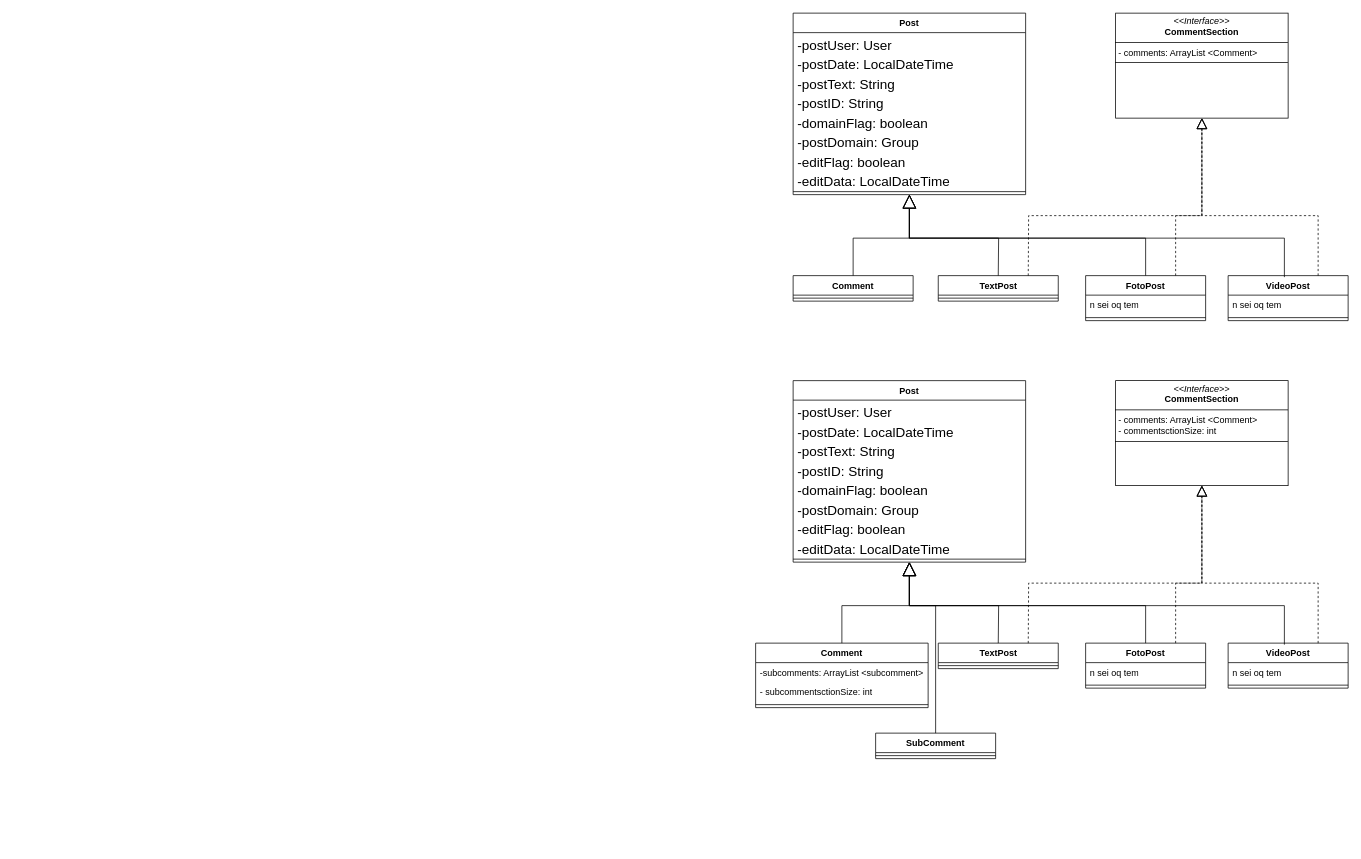
oiminion/TrabalhoPOO2 keeps this draw.io diagram as Proposta1.drawio. Above is the earlier version. Source tidied: cells renumbered, new cells numbered last; positions are measured from the earlier drawing's top-left corner, leaving out a move shared by most shapes. Both pictures are drawn from the tidied source at 75%, with x=0, y=0 at pixel (755, 13).
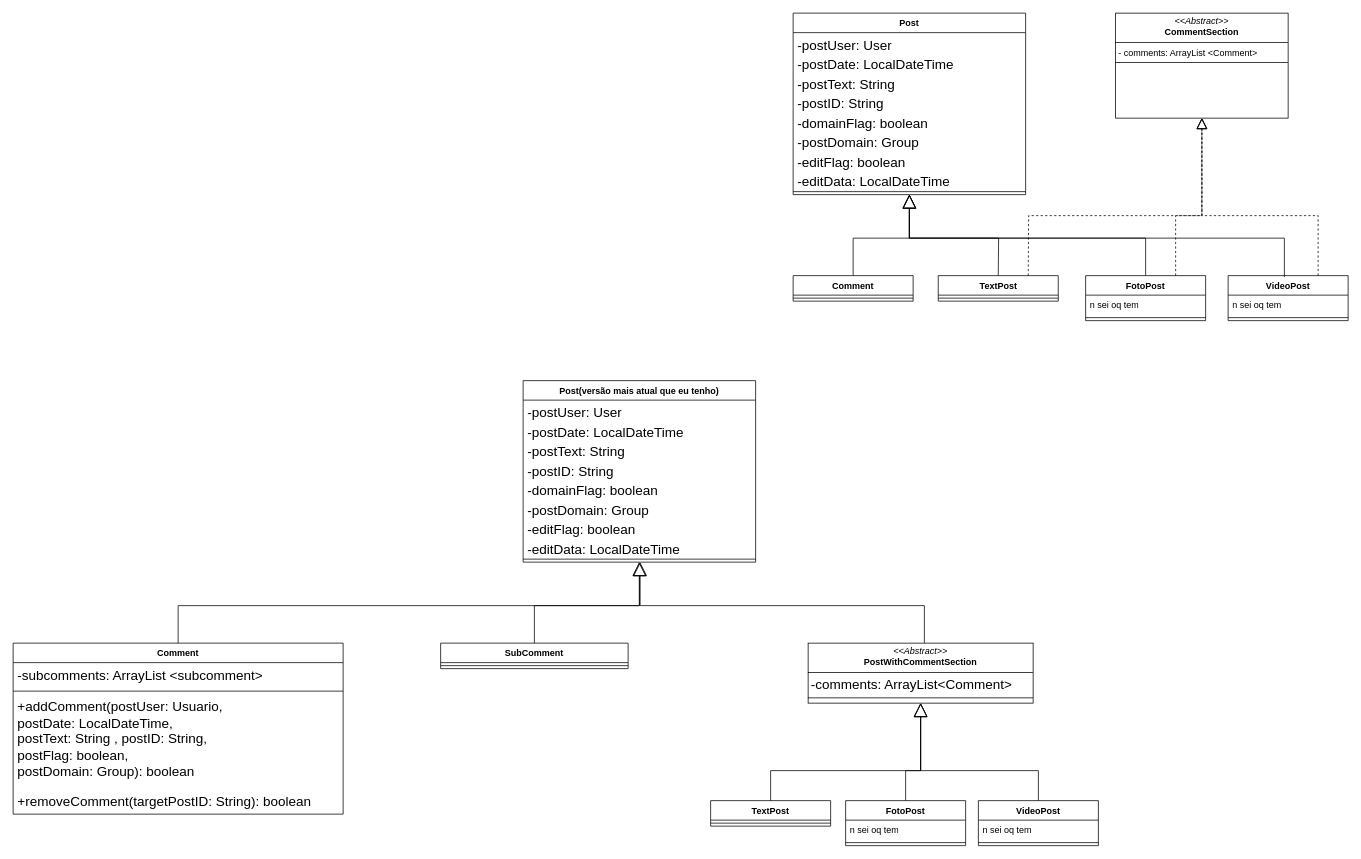
After the change.

What changed in the source:
```diff
@@
-    <mxCell id="26" value="&lt;p style=&quot;margin:0px;margin-top:4px;text-align:center;&quot;&gt;&lt;i&gt;&amp;lt;&amp;lt;Interface&amp;gt;&amp;gt;&lt;/i&gt;&lt;br&gt;&lt;b&gt;CommentSection&lt;/b&gt;&lt;/p&gt;&lt;hr size=&quot;1&quot; style=&quot;border-style:solid;&quot;&gt;&lt;p style=&quot;margin:0px;margin-left:4px;&quot;&gt;- comments: ArrayList &amp;lt;Comment&amp;gt;&lt;/p&gt;&lt;hr size=&quot;1&quot; style=&quot;border-style:solid;&quot;&gt;&lt;p style=&quot;margin:0px;margin-left:4px;&quot;&gt;&lt;br&gt;&lt;/p&gt;" style="verticalAlign=top;align=left;overflow=fill;html=1;whiteSpace=wrap;" parent="1" vertex="1">
+    <mxCell id="26" value="&lt;p style=&quot;margin:0px;margin-top:4px;text-align:center;&quot;&gt;&lt;i&gt;&amp;lt;&amp;lt;Abstract&amp;gt;&amp;gt;&lt;/i&gt;&lt;br&gt;&lt;b&gt;CommentSection&lt;/b&gt;&lt;/p&gt;&lt;hr size=&quot;1&quot; style=&quot;border-style:solid;&quot;&gt;&lt;p style=&quot;margin:0px;margin-left:4px;&quot;&gt;- comments: ArrayList &amp;lt;Comment&amp;gt;&lt;/p&gt;&lt;hr size=&quot;1&quot; style=&quot;border-style:solid;&quot;&gt;&lt;p style=&quot;margin:0px;margin-left:4px;&quot;&gt;&lt;br&gt;&lt;/p&gt;" style="verticalAlign=top;align=left;overflow=fill;html=1;whiteSpace=wrap;" parent="1" vertex="1">
       <mxGeometry x="480" width="230" height="140" as="geometry" />
     </mxCell>
@@
-    <mxCell id="30" value="Post" style="swimlane;fontStyle=1;align=center;verticalAlign=top;horizontal=1;startSize=26;whiteSpace=wrap;html=1;" parent="1" vertex="1">
-      <mxGeometry x="50" y="490" width="310" height="242" as="geometry" />
+    <mxCell id="30" value="Post(versão mais atual que eu tenho)" style="swimlane;fontStyle=1;align=center;verticalAlign=top;horizontal=1;startSize=26;whiteSpace=wrap;html=1;" parent="1" vertex="1">
+      <mxGeometry x="-310" y="490" width="310" height="242" as="geometry" />
     </mxCell>
@@
     <mxCell id="40" value="Comment" style="swimlane;fontStyle=1;align=center;verticalAlign=top;horizontal=1;startSize=26;whiteSpace=wrap;html=1;" parent="1" vertex="1">
-      <mxGeometry y="840" width="230" height="86" as="geometry" />
+      <mxGeometry x="-990" y="840" width="440" height="228" as="geometry" />
     </mxCell>
-    <mxCell id="41" value="-subcomments: ArrayList &amp;lt;subcomment&amp;gt;" style="text;strokeColor=none;fillColor=none;align=left;verticalAlign=top;spacingLeft=4;spacingRight=4;overflow=hidden;whiteSpace=wrap;html=1;" parent="40" vertex="1">
-      <mxGeometry y="26" width="230" height="26" as="geometry" />
+    <mxCell id="41" value="&lt;span style=&quot;font-size: 18px;&quot;&gt;-subcomments: ArrayList &amp;lt;subcomment&amp;gt;&lt;/span&gt;" style="text;strokeColor=none;fillColor=none;align=left;verticalAlign=top;spacingLeft=4;spacingRight=4;overflow=hidden;whiteSpace=wrap;html=1;" parent="40" vertex="1">
+      <mxGeometry y="26" width="440" height="34" as="geometry" />
     </mxCell>
-    <mxCell id="42" value="- subcommentsctionSize: int" style="text;strokeColor=none;fillColor=none;align=left;verticalAlign=top;spacingLeft=4;spacingRight=4;overflow=hidden;whiteSpace=wrap;html=1;" parent="40" vertex="1">
-      <mxGeometry y="52" width="230" height="26" as="geometry" />
-    </mxCell>
     <mxCell id="43" style="line;strokeWidth=1;fillColor=none;align=left;verticalAlign=middle;spacingTop=-1;spacingLeft=3;spacingRight=3;labelPosition=right;strokeColor=inherit;" parent="40" vertex="1">
-      <mxGeometry y="78" width="230" height="8" as="geometry" />
+      <mxGeometry y="60" width="440" height="8" as="geometry" />
     </mxCell>
-    <mxCell id="44" value="FotoPost" style="swimlane;fontStyle=1;align=center;verticalAlign=top;horizontal=1;startSize=26;whiteSpace=wrap;html=1;" parent="1" vertex="1">
-      <mxGeometry x="440" y="840" width="160" height="60" as="geometry" />
-    </mxCell>
-    <mxCell id="45" value="n sei oq tem" style="text;strokeColor=none;fillColor=none;align=left;verticalAlign=top;spacingLeft=4;spacingRight=4;overflow=hidden;whiteSpace=wrap;html=1;" parent="44" vertex="1">
-      <mxGeometry y="26" width="160" height="26" as="geometry" />
-    </mxCell>
-    <mxCell id="46" style="line;strokeWidth=1;fillColor=none;align=left;verticalAlign=middle;spacingTop=-1;spacingLeft=3;spacingRight=3;labelPosition=right;strokeColor=inherit;" parent="44" vertex="1">
-      <mxGeometry y="52" width="160" height="8" as="geometry" />
-    </mxCell>
-    <mxCell id="47" value="VideoPost" style="swimlane;fontStyle=1;align=center;verticalAlign=top;horizontal=1;startSize=26;whiteSpace=wrap;html=1;" parent="1" vertex="1">
-      <mxGeometry x="630" y="840" width="160" height="60" as="geometry" />
-    </mxCell>
-    <mxCell id="48" value="n sei oq tem" style="text;strokeColor=none;fillColor=none;align=left;verticalAlign=top;spacingLeft=4;spacingRight=4;overflow=hidden;whiteSpace=wrap;html=1;" parent="47" vertex="1">
-      <mxGeometry y="26" width="160" height="26" as="geometry" />
-    </mxCell>
-    <mxCell id="49" style="line;strokeWidth=1;fillColor=none;align=left;verticalAlign=middle;spacingTop=-1;spacingLeft=3;spacingRight=3;labelPosition=right;strokeColor=inherit;" parent="47" vertex="1">
-      <mxGeometry y="52" width="160" height="8" as="geometry" />
-    </mxCell>
-    <mxCell id="50" value="TextPost" style="swimlane;fontStyle=1;align=center;verticalAlign=top;horizontal=1;startSize=26;whiteSpace=wrap;html=1;" parent="1" vertex="1">
-      <mxGeometry x="243.5" y="840" width="160" height="34" as="geometry" />
-    </mxCell>
-    <mxCell id="51" style="line;strokeWidth=1;fillColor=none;align=left;verticalAlign=middle;spacingTop=-1;spacingLeft=3;spacingRight=3;labelPosition=right;strokeColor=inherit;" parent="50" vertex="1">
-      <mxGeometry y="26" width="160" height="8" as="geometry" />
-    </mxCell>
+    <mxCell id="63" value="&lt;span style=&quot;font-size: 18px;&quot;&gt;+addComment(postUser:&amp;nbsp;&lt;/span&gt;&lt;span style=&quot;font-size: 18px;&quot;&gt;Usuario&lt;/span&gt;&lt;span style=&quot;font-size: 18px;&quot;&gt;, postDate:&amp;nbsp;&lt;/span&gt;&lt;span style=&quot;font-size: 18px;&quot;&gt;LocalDateTime&lt;/span&gt;&lt;span style=&quot;font-size: 18px; background-color: initial;&quot;&gt;,&lt;/span&gt;&lt;div&gt;&lt;span style=&quot;font-size: 18px; background-color: initial;&quot;&gt;postText:&amp;nbsp;&lt;/span&gt;&lt;span style=&quot;font-size: 18px; background-color: initial;&quot;&gt;String&lt;/span&gt;&lt;span style=&quot;font-size: 18px; background-color: initial;&quot;&gt;&amp;nbsp;&lt;/span&gt;&lt;span style=&quot;background-color: initial; font-size: 18px;&quot;&gt;, postID:&amp;nbsp;&lt;/span&gt;&lt;span style=&quot;font-size: 18px; background-color: initial;&quot;&gt;String&lt;/span&gt;&lt;span style=&quot;background-color: initial; font-size: 18px;&quot;&gt;,&lt;/span&gt;&lt;/div&gt;&lt;div&gt;&lt;span style=&quot;background-color: initial; font-size: 18px;&quot;&gt;postFlag:&amp;nbsp;&lt;/span&gt;&lt;span style=&quot;font-size: 18px; background-color: initial;&quot;&gt;boolean&lt;/span&gt;&lt;span style=&quot;background-color: initial; font-size: 18px;&quot;&gt;,&lt;/span&gt;&lt;/div&gt;&lt;div&gt;&lt;span style=&quot;background-color: initial; font-size: 18px;&quot;&gt;postDomain:&amp;nbsp;&lt;/span&gt;&lt;span style=&quot;font-size: 18px; background-color: initial;&quot;&gt;Group&lt;/span&gt;&lt;span style=&quot;background-color: initial; font-size: 18px;&quot;&gt;): boolean&lt;/span&gt;&lt;/div&gt;" style="text;strokeColor=none;fillColor=none;align=left;verticalAlign=top;spacingLeft=4;spacingRight=4;overflow=hidden;whiteSpace=wrap;html=1;" parent="40" vertex="1">
+      <mxGeometry y="68" width="440" height="126" as="geometry" />
+    </mxCell>
+    <mxCell id="64" value="&lt;span style=&quot;font-size: 18px;&quot;&gt;+removeComment(targetPostID: String): boolean&lt;/span&gt;" style="text;strokeColor=none;fillColor=none;align=left;verticalAlign=top;spacingLeft=4;spacingRight=4;overflow=hidden;whiteSpace=wrap;html=1;" parent="40" vertex="1">
+      <mxGeometry y="194" width="440" height="34" as="geometry" />
+    </mxCell>
     <mxCell id="52" style="endArrow=block;endSize=16;endFill=0;html=1;rounded=0;entryX=0.5;entryY=1;entryDx=0;entryDy=0;exitX=0.5;exitY=0;exitDx=0;exitDy=0;" parent="1" edge="1" source="40" target="30">
       <mxGeometry x="-0.02" y="30" relative="1" as="geometry">
         <Array as="points">
-          <mxPoint x="115" y="790" />
-          <mxPoint x="205" y="790" />
+          <mxPoint x="-770" y="790" />
+          <mxPoint x="-155" y="790" />
         </Array>
       </mxGeometry>
     </mxCell>
-    <mxCell id="53" style="endArrow=block;endSize=16;endFill=0;html=1;rounded=0;exitX=0.5;exitY=0;exitDx=0;exitDy=0;entryX=0.5;entryY=1;entryDx=0;entryDy=0;" parent="1" edge="1" source="50" target="30">
-      <mxGeometry x="0.75" y="90" relative="1" as="geometry">
-        <Array as="points">
-          <mxPoint x="324" y="790" />
-          <mxPoint x="205" y="790" />
-        </Array>
-      </mxGeometry>
-    </mxCell>
-    <mxCell id="54" style="endArrow=block;endSize=16;endFill=0;html=1;rounded=0;exitX=0.5;exitY=0;exitDx=0;exitDy=0;entryX=0.5;entryY=1;entryDx=0;entryDy=0;" parent="1" edge="1" source="44" target="30">
-      <mxGeometry x="1" y="157" relative="1" as="geometry">
-        <Array as="points">
-          <mxPoint x="520" y="790" />
-          <mxPoint x="205" y="790" />
-        </Array>
-        <mxPoint x="70" y="17" as="offset" />
-      </mxGeometry>
-    </mxCell>
-    <mxCell id="55" style="endArrow=block;endSize=16;endFill=0;html=1;rounded=0;exitX=0.5;exitY=0;exitDx=0;exitDy=0;" parent="1" edge="1">
-      <mxGeometry x="1" y="224" relative="1" as="geometry">
-        <mxPoint x="705" y="842" as="sourcePoint" />
-        <mxPoint x="205" y="732" as="targetPoint" />
-        <Array as="points">
-          <mxPoint x="705" y="790" />
-          <mxPoint x="205" y="790" />
-        </Array>
-        <mxPoint x="200" y="124" as="offset" />
-      </mxGeometry>
-    </mxCell>
-    <mxCell id="56" value="&lt;p style=&quot;margin:0px;margin-top:4px;text-align:center;&quot;&gt;&lt;i&gt;&amp;lt;&amp;lt;Interface&amp;gt;&amp;gt;&lt;/i&gt;&lt;br&gt;&lt;b&gt;CommentSection&lt;/b&gt;&lt;/p&gt;&lt;hr size=&quot;1&quot; style=&quot;border-style:solid;&quot;&gt;&lt;p style=&quot;margin:0px;margin-left:4px;&quot;&gt;- comments: ArrayList &amp;lt;Comment&amp;gt;&lt;br&gt;- commentsctionSize: int&lt;/p&gt;&lt;hr size=&quot;1&quot; style=&quot;border-style:solid;&quot;&gt;&lt;p style=&quot;margin:0px;margin-left:4px;&quot;&gt;&lt;br&gt;&lt;/p&gt;" style="verticalAlign=top;align=left;overflow=fill;html=1;whiteSpace=wrap;" parent="1" vertex="1">
-      <mxGeometry x="480" y="490" width="230" height="140" as="geometry" />
-    </mxCell>
-    <mxCell id="57" style="endArrow=block;dashed=1;endFill=0;endSize=12;html=1;rounded=0;entryX=0.5;entryY=1;entryDx=0;entryDy=0;exitX=0.75;exitY=0;exitDx=0;exitDy=0;" parent="1" edge="1" source="50" target="56">
-      <mxGeometry relative="1" as="geometry">
-        <Array as="points">
-          <mxPoint x="364" y="760" />
-          <mxPoint x="595" y="760" />
-        </Array>
-      </mxGeometry>
-    </mxCell>
-    <mxCell id="58" style="endArrow=block;dashed=1;endFill=0;endSize=12;html=1;rounded=0;exitX=0.75;exitY=0;exitDx=0;exitDy=0;" parent="1" edge="1" source="44">
-      <mxGeometry relative="1" as="geometry">
-        <mxPoint x="595" y="630" as="targetPoint" />
-        <Array as="points">
-          <mxPoint x="560" y="760" />
-          <mxPoint x="595" y="760" />
-        </Array>
-      </mxGeometry>
-    </mxCell>
-    <mxCell id="59" style="endArrow=block;dashed=1;endFill=0;endSize=12;html=1;rounded=0;exitX=0.75;exitY=0;exitDx=0;exitDy=0;" parent="1" edge="1" source="47">
-      <mxGeometry relative="1" as="geometry">
-        <mxPoint x="595" y="630" as="targetPoint" />
-        <Array as="points">
-          <mxPoint x="750" y="760" />
-          <mxPoint x="595" y="760" />
-        </Array>
-      </mxGeometry>
-    </mxCell>
     <mxCell id="60" value="SubComment" style="swimlane;fontStyle=1;align=center;verticalAlign=top;horizontal=1;startSize=26;whiteSpace=wrap;html=1;" parent="1" vertex="1">
-      <mxGeometry x="160" y="960" width="160" height="34" as="geometry" />
+      <mxGeometry x="-420" y="840" width="250" height="34" as="geometry" />
     </mxCell>
     <mxCell id="61" style="line;strokeWidth=1;fillColor=none;align=left;verticalAlign=middle;spacingTop=-1;spacingLeft=3;spacingRight=3;labelPosition=right;strokeColor=inherit;" parent="60" vertex="1">
-      <mxGeometry y="26" width="160" height="8" as="geometry" />
+      <mxGeometry y="26" width="250" height="8" as="geometry" />
     </mxCell>
     <mxCell id="62" value="&lt;div&gt;&lt;br&gt;&lt;/div&gt;&lt;div&gt;&lt;br&gt;&lt;/div&gt;" style="endArrow=block;endSize=16;endFill=0;html=1;rounded=0;exitX=0.5;exitY=0;exitDx=0;exitDy=0;" parent="1" edge="1" source="60">
       <mxGeometry y="-60" relative="1" as="geometry">
-        <mxPoint x="205" y="732" as="targetPoint" />
+        <mxPoint x="-155" y="732" as="targetPoint" />
         <Array as="points">
-          <mxPoint x="240" y="790" />
-          <mxPoint x="205" y="790" />
+          <mxPoint x="-295" y="790" />
+          <mxPoint x="-155" y="790" />
         </Array>
       </mxGeometry>
     </mxCell>
+    <mxCell id="44" value="FotoPost" style="swimlane;fontStyle=1;align=center;verticalAlign=top;horizontal=1;startSize=26;whiteSpace=wrap;html=1;" parent="1" vertex="1">
+      <mxGeometry x="120" y="1050" width="160" height="60" as="geometry" />
+    </mxCell>
+    <mxCell id="65" value="n sei oq tem" style="text;strokeColor=none;fillColor=none;align=left;verticalAlign=top;spacingLeft=4;spacingRight=4;overflow=hidden;whiteSpace=wrap;html=1;" parent="44" vertex="1">
+      <mxGeometry y="26" width="160" height="26" as="geometry" />
+    </mxCell>
+    <mxCell id="66" style="line;strokeWidth=1;fillColor=none;align=left;verticalAlign=middle;spacingTop=-1;spacingLeft=3;spacingRight=3;labelPosition=right;strokeColor=inherit;" parent="44" vertex="1">
+      <mxGeometry y="52" width="160" height="8" as="geometry" />
+    </mxCell>
+    <mxCell id="47" value="VideoPost" style="swimlane;fontStyle=1;align=center;verticalAlign=top;horizontal=1;startSize=26;whiteSpace=wrap;html=1;" parent="1" vertex="1">
+      <mxGeometry x="297" y="1050" width="160" height="60" as="geometry" />
+    </mxCell>
+    <mxCell id="67" value="n sei oq tem" style="text;strokeColor=none;fillColor=none;align=left;verticalAlign=top;spacingLeft=4;spacingRight=4;overflow=hidden;whiteSpace=wrap;html=1;" parent="47" vertex="1">
+      <mxGeometry y="26" width="160" height="26" as="geometry" />
+    </mxCell>
+    <mxCell id="68" style="line;strokeWidth=1;fillColor=none;align=left;verticalAlign=middle;spacingTop=-1;spacingLeft=3;spacingRight=3;labelPosition=right;strokeColor=inherit;" parent="47" vertex="1">
+      <mxGeometry y="52" width="160" height="8" as="geometry" />
+    </mxCell>
+    <mxCell id="50" value="TextPost" style="swimlane;fontStyle=1;align=center;verticalAlign=top;horizontal=1;startSize=26;whiteSpace=wrap;html=1;" parent="1" vertex="1">
+      <mxGeometry x="-60" y="1050" width="160" height="34" as="geometry" />
+    </mxCell>
+    <mxCell id="51" style="line;strokeWidth=1;fillColor=none;align=left;verticalAlign=middle;spacingTop=-1;spacingLeft=3;spacingRight=3;labelPosition=right;strokeColor=inherit;" parent="50" vertex="1">
+      <mxGeometry y="26" width="160" height="8" as="geometry" />
+    </mxCell>
+    <mxCell id="69" value="&lt;div&gt;&lt;br&gt;&lt;/div&gt;&lt;div&gt;&lt;br&gt;&lt;/div&gt;" style="endArrow=block;endSize=16;endFill=0;html=1;rounded=0;exitX=0.5;exitY=0;exitDx=0;exitDy=0;" parent="1" edge="1">
+      <mxGeometry y="-60" relative="1" as="geometry">
+        <mxPoint x="225" y="840" as="sourcePoint" />
+        <mxPoint x="-154" y="732" as="targetPoint" />
+        <Array as="points">
+          <mxPoint x="225" y="790" />
+          <mxPoint x="-154" y="790" />
+        </Array>
+      </mxGeometry>
+    </mxCell>
+    <mxCell id="70" style="endArrow=block;endSize=16;endFill=0;html=1;rounded=0;exitX=0.5;exitY=0;exitDx=0;exitDy=0;entryX=0.5;entryY=1;entryDx=0;entryDy=0;" parent="1" edge="1" source="44" target="73">
+      <mxGeometry relative="1" as="geometry">
+        <Array as="points">
+          <mxPoint x="200" y="1010" />
+          <mxPoint x="220" y="1010" />
+        </Array>
+      </mxGeometry>
+    </mxCell>
+    <mxCell id="71" style="endArrow=block;endSize=16;endFill=0;html=1;rounded=0;exitX=0.5;exitY=0;exitDx=0;exitDy=0;entryX=0.5;entryY=1;entryDx=0;entryDy=0;" parent="1" edge="1" source="47" target="73">
+      <mxGeometry relative="1" as="geometry">
+        <Array as="points">
+          <mxPoint x="377" y="1010" />
+          <mxPoint x="220" y="1010" />
+        </Array>
+      </mxGeometry>
+    </mxCell>
+    <mxCell id="72" style="endArrow=block;endSize=16;endFill=0;html=1;rounded=0;exitX=0.5;exitY=0;exitDx=0;exitDy=0;entryX=0.5;entryY=1;entryDx=0;entryDy=0;" parent="1" edge="1" source="50" target="73">
+      <mxGeometry relative="1" as="geometry">
+        <Array as="points">
+          <mxPoint x="20" y="1010" />
+          <mxPoint x="220" y="1010" />
+        </Array>
+      </mxGeometry>
+    </mxCell>
+    <mxCell id="73" value="&lt;p style=&quot;margin:0px;margin-top:4px;text-align:center;&quot;&gt;&lt;i&gt;&amp;lt;&amp;lt;Abstract&amp;gt;&amp;gt;&lt;/i&gt;&lt;br&gt;&lt;span style=&quot;font-weight: 700;&quot;&gt;PostWithCommentSection&lt;/span&gt;&lt;br&gt;&lt;/p&gt;&lt;hr size=&quot;1&quot; style=&quot;border-style:solid;&quot;&gt;&lt;p style=&quot;margin:0px;margin-left:4px;&quot;&gt;&lt;span style=&quot;font-size: 18px;&quot;&gt;-comments: ArrayList&amp;lt;Comment&amp;gt;&lt;/span&gt;&lt;/p&gt;&lt;hr size=&quot;1&quot; style=&quot;border-style:solid;&quot;&gt;&lt;p style=&quot;margin:0px;margin-left:4px;&quot;&gt;&lt;br&gt;&lt;/p&gt;" style="verticalAlign=top;align=left;overflow=fill;html=1;whiteSpace=wrap;" parent="1" vertex="1">
+      <mxGeometry x="70" y="840" width="300" height="80" as="geometry" />
+    </mxCell>
```
